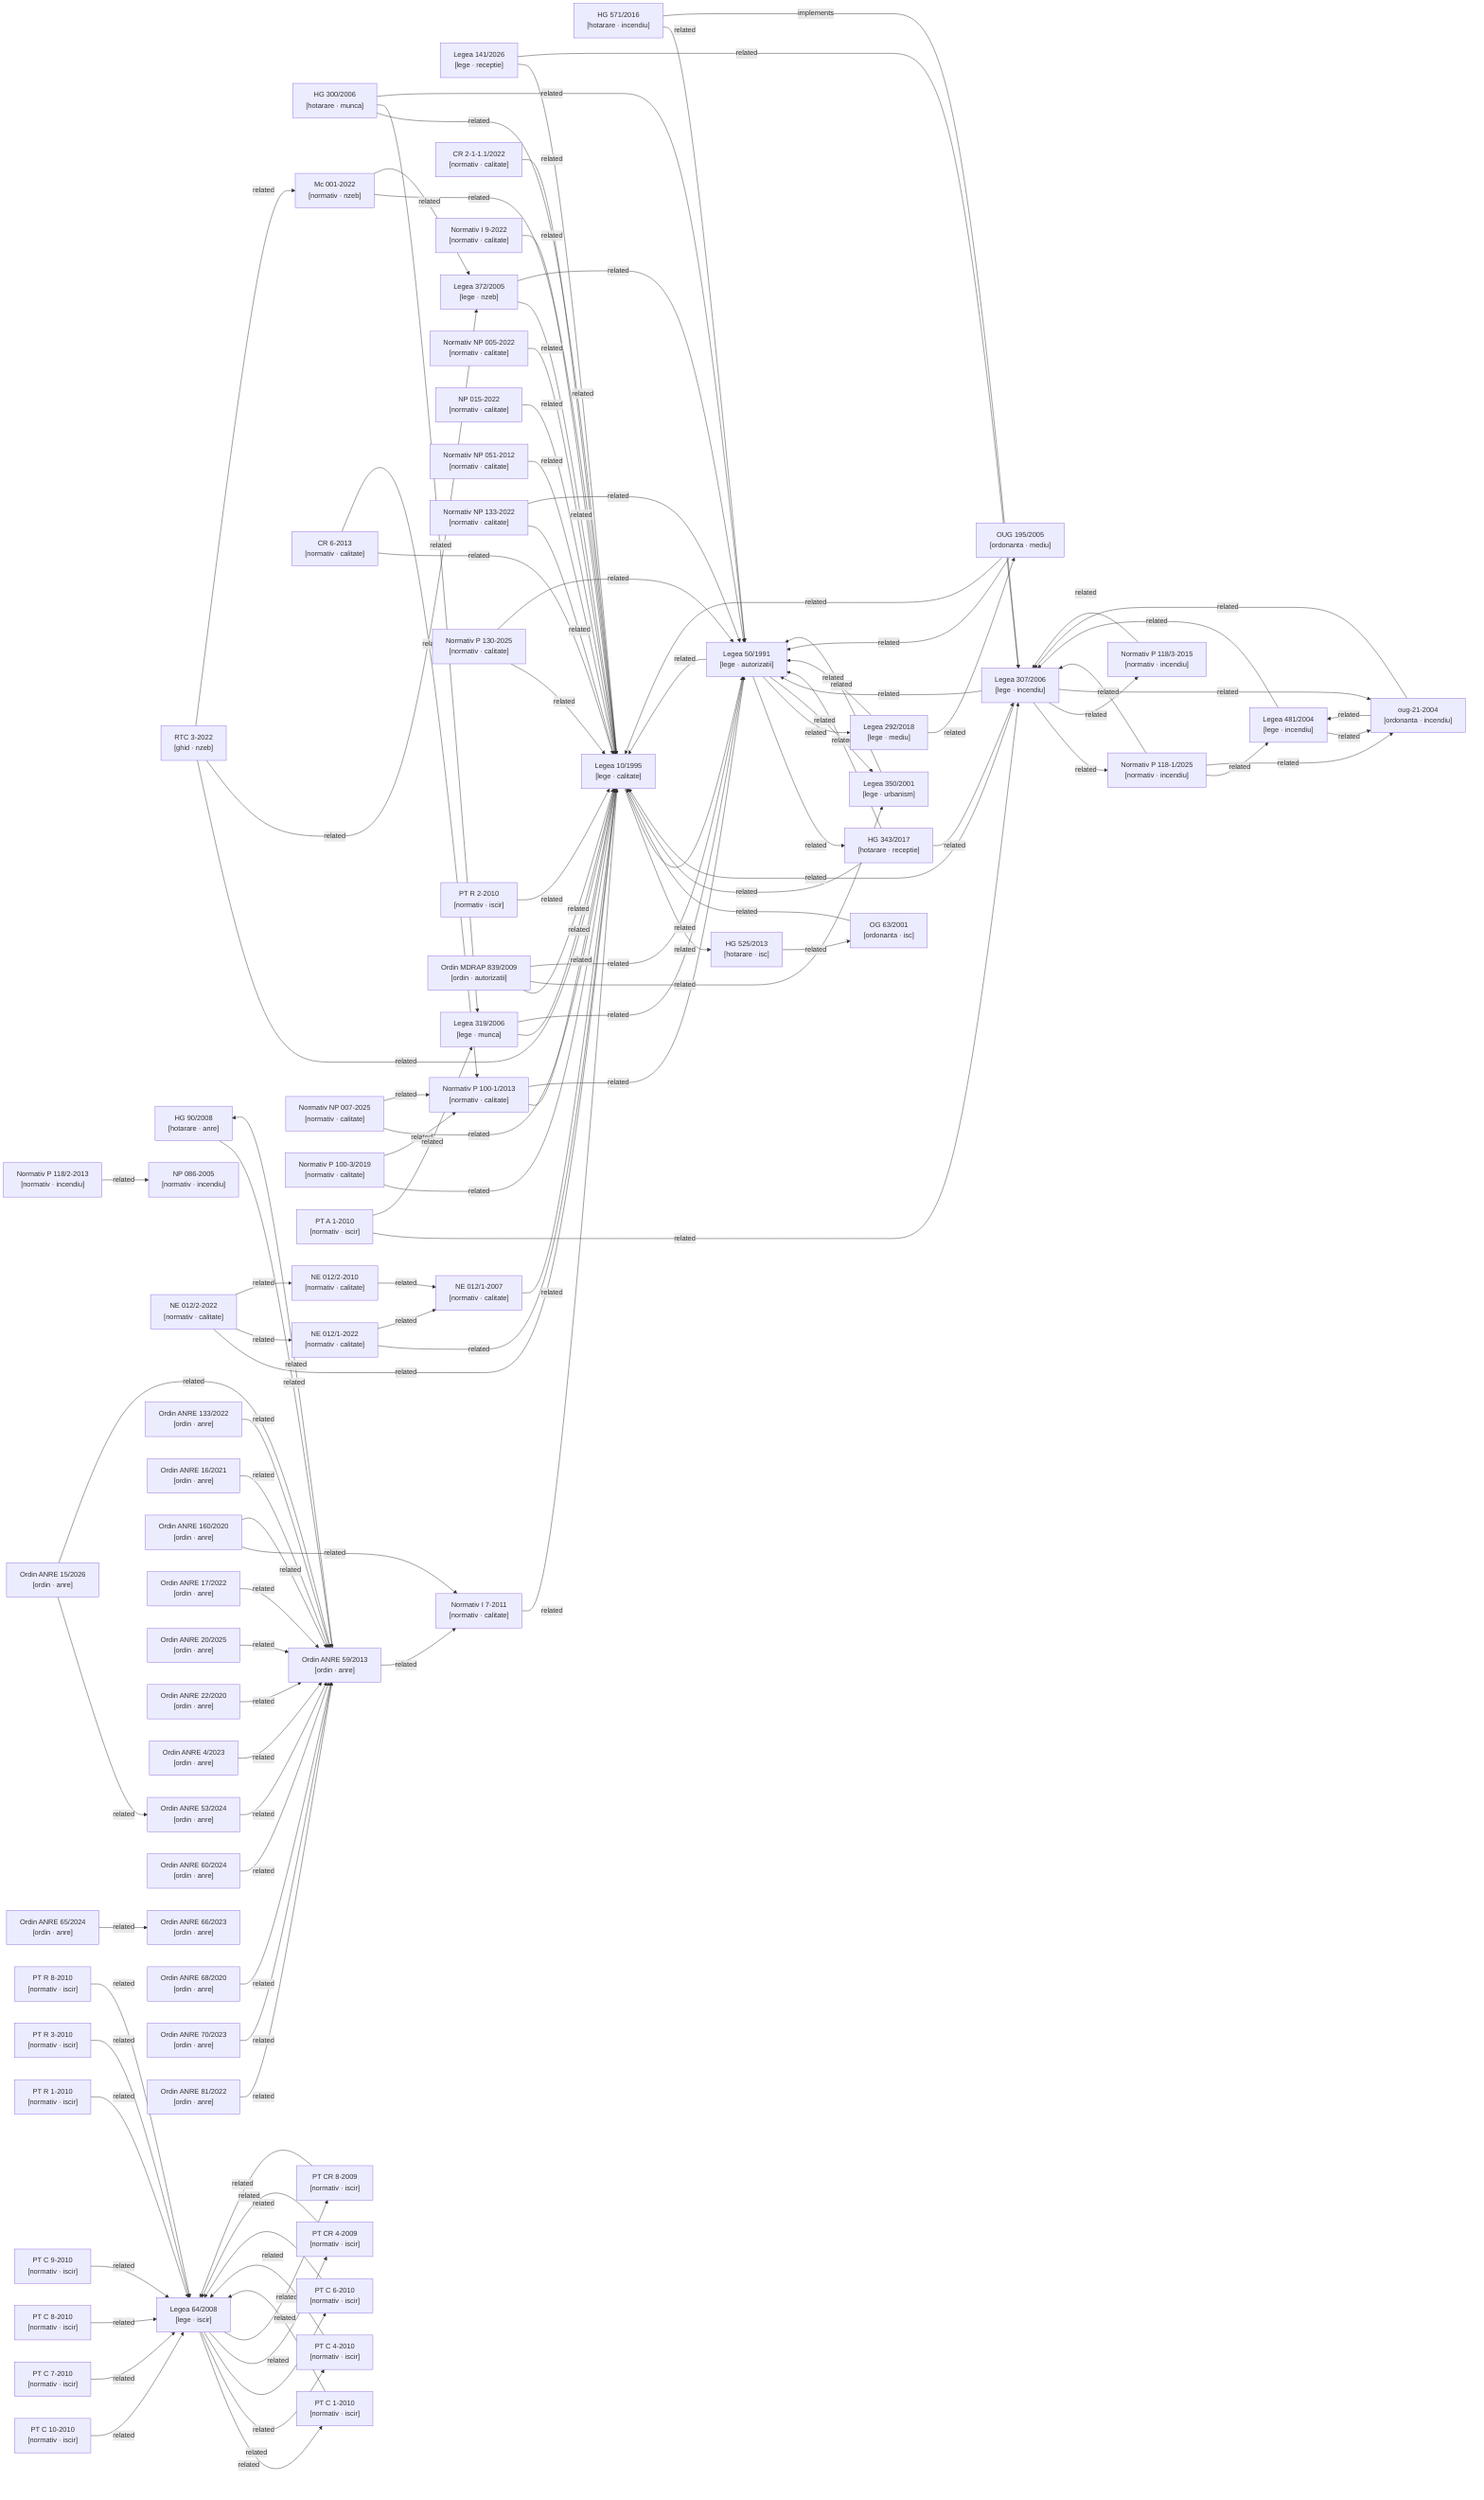
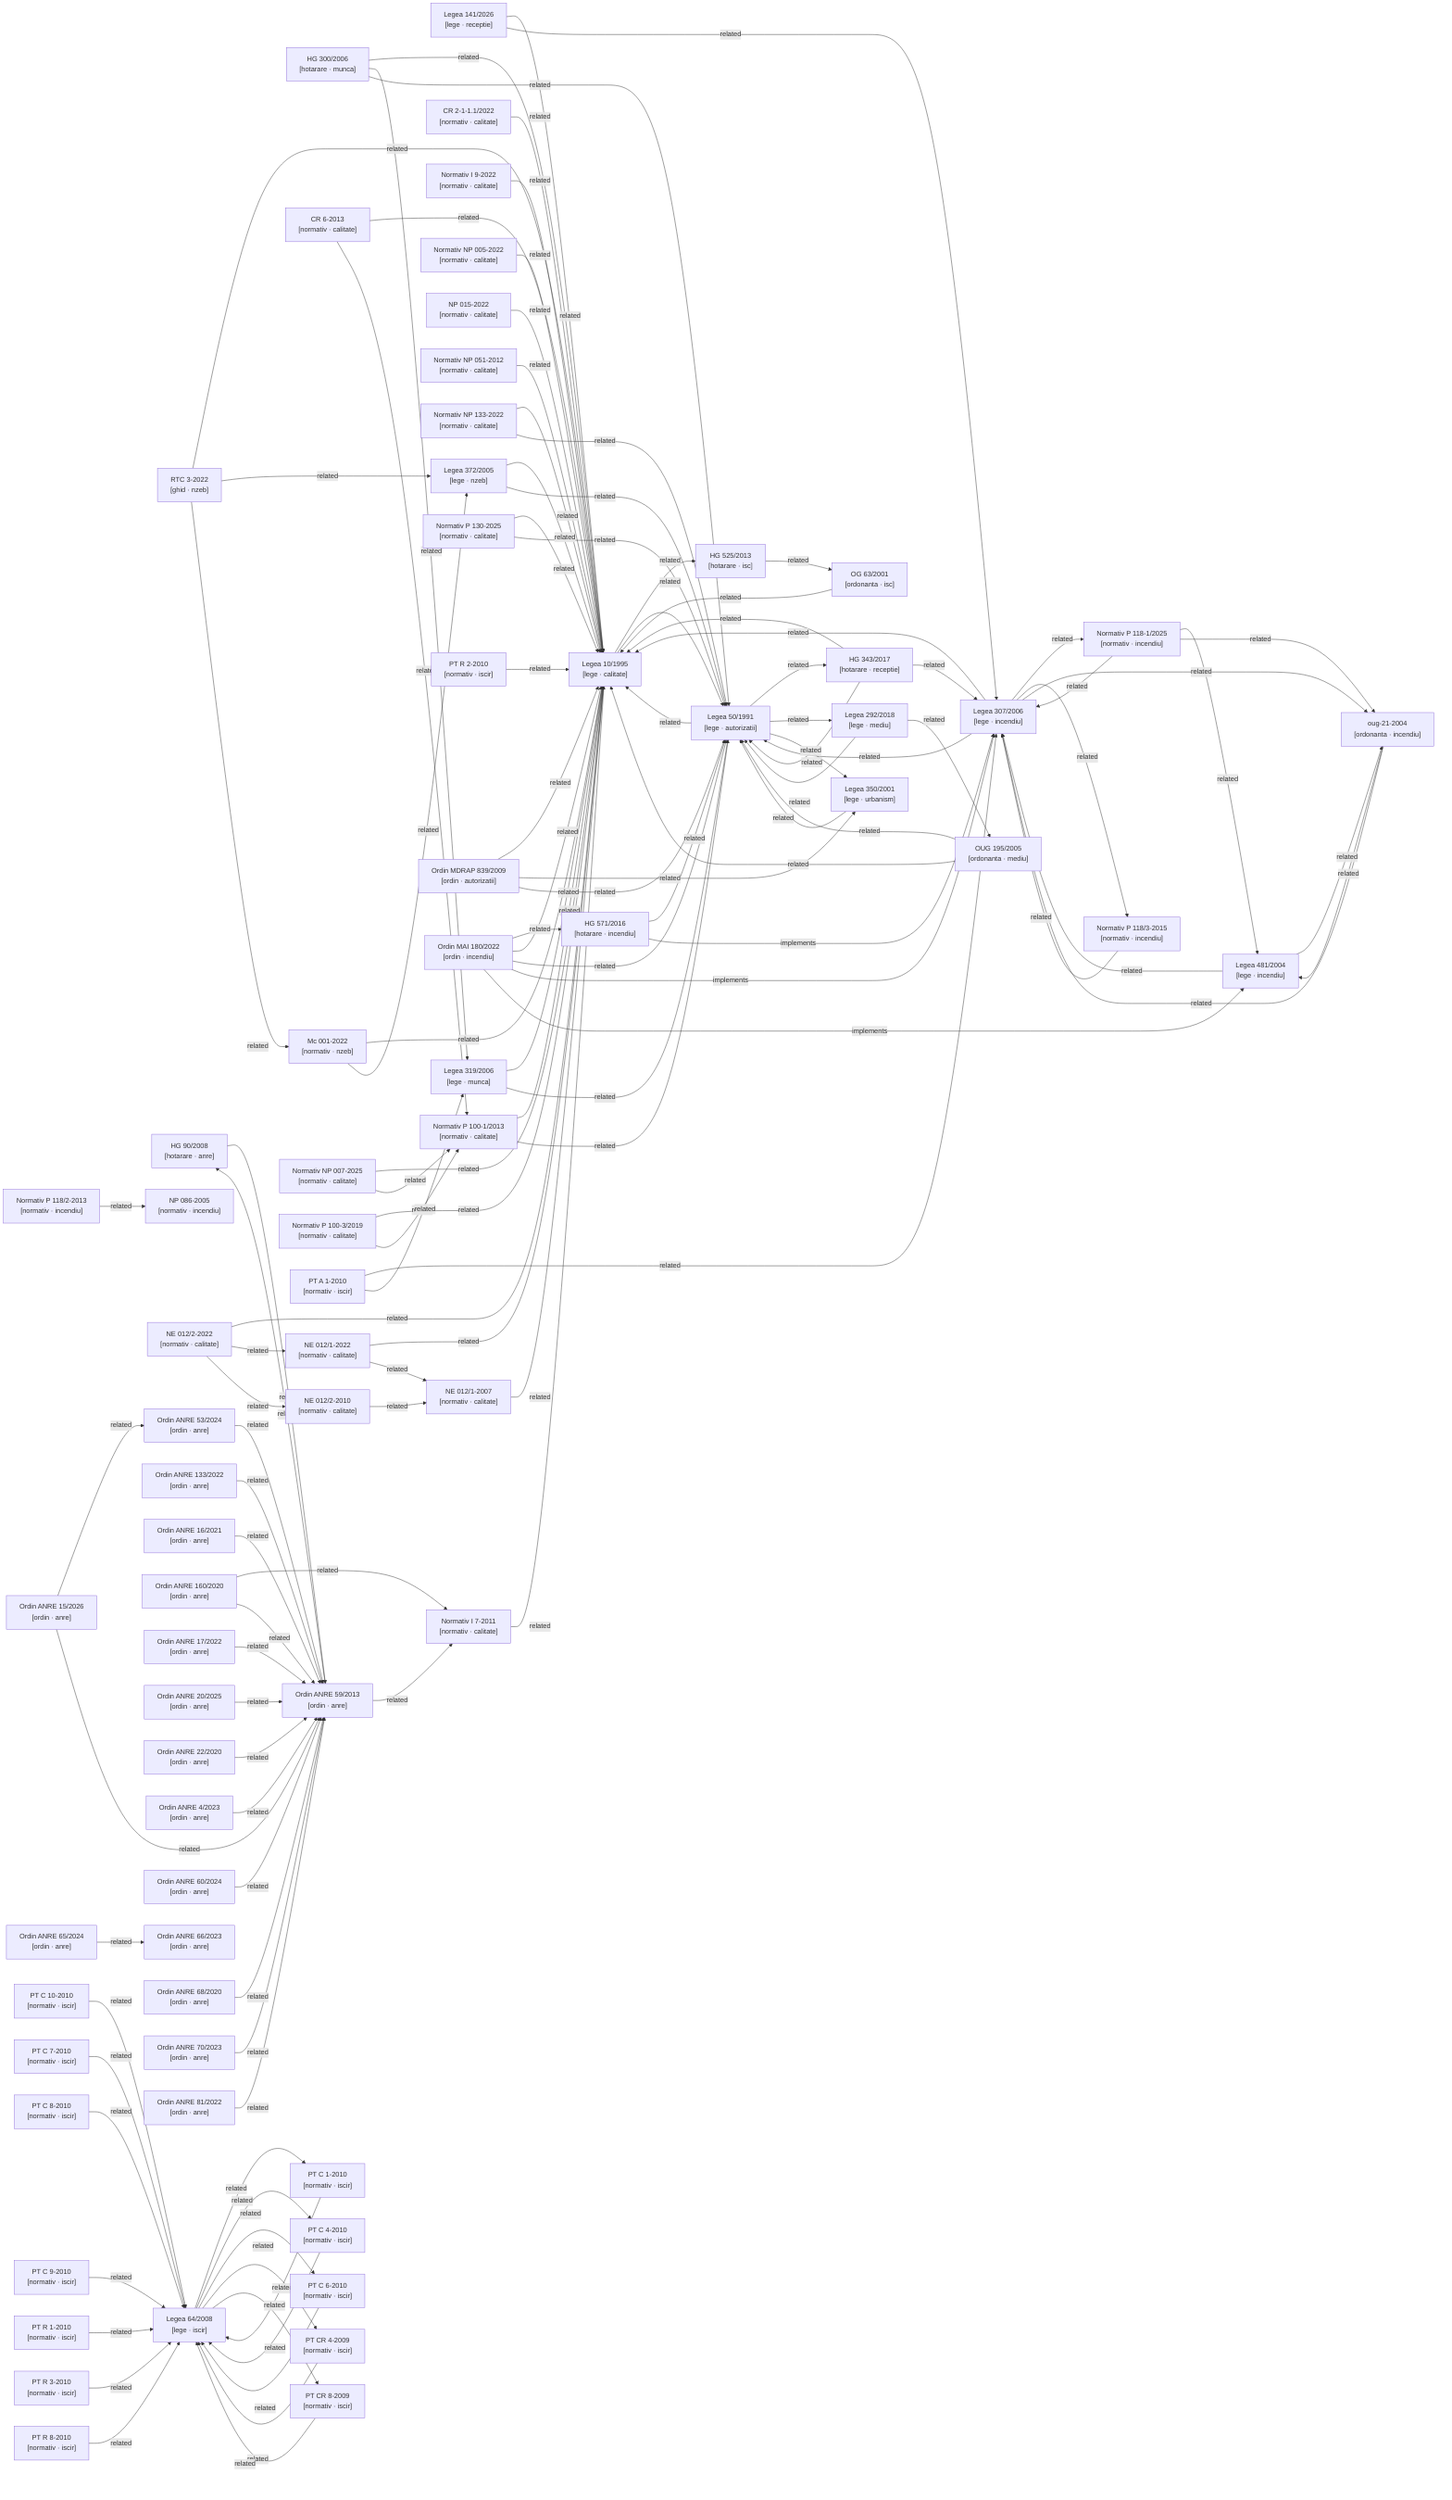
graph LR

  %% Nodes
  ghid-rtc3-2022["RTC 3-2022\n[ghid · nzeb]"]
  hg-300-2006["HG 300/2006\n[hotarare · munca]"]
  hg-343-2017["HG 343/2017\n[hotarare · receptie]"]
  hg-525-2013["HG 525/2013\n[hotarare · isc]"]
  hg-571-2016["HG 571/2016\n[hotarare · incendiu]"]
  hg-90-2008["HG 90/2008\n[hotarare · anre]"]
  lege-10-1995["Legea 10/1995\n[lege · calitate]"]
  lege-141-2026["Legea 141/2026\n[lege · receptie]"]
  lege-292-2018["Legea 292/2018\n[lege · mediu]"]
  lege-307-2006["Legea 307/2006\n[lege · incendiu]"]
  lege-319-2006["Legea 319/2006\n[lege · munca]"]
  lege-350-2001["Legea 350/2001\n[lege · urbanism]"]
  lege-372-2005["Legea 372/2005\n[lege · nzeb]"]
  lege-481-2004["Legea 481/2004\n[lege · incendiu]"]
  lege-50-1991["Legea 50/1991\n[lege · autorizatii]"]
  lege-64-2008["Legea 64/2008\n[lege · iscir]"]
  metodologie-mc001-2022["Mc 001-2022\n[normativ · nzeb]"]
  normativ-cr2-1-1-1-2022["CR 2-1-1.1/2022\n[normativ · calitate]"]
  normativ-cr6-2013["CR 6-2013\n[normativ · calitate]"]
  normativ-i7-2011["Normativ I 7-2011\n[normativ · calitate]"]
  normativ-i9-2022["Normativ I 9-2022\n[normativ · calitate]"]
  normativ-ne012-1-2007["NE 012/1-2007\n[normativ · calitate]"]
  normativ-ne012-1-2022["NE 012/1-2022\n[normativ · calitate]"]
  normativ-ne012-2-2010["NE 012/2-2010\n[normativ · calitate]"]
  normativ-ne012-2-2022["NE 012/2-2022\n[normativ · calitate]"]
  normativ-np005-2022["Normativ NP 005-2022\n[normativ · calitate]"]
  normativ-np007-2025["Normativ NP 007-2025\n[normativ · calitate]"]
  normativ-np015-2022["NP 015-2022\n[normativ · calitate]"]
  normativ-np051-2012["Normativ NP 051-2012\n[normativ · calitate]"]
  normativ-np086-2005["NP 086-2005\n[normativ · incendiu]"]
  normativ-np133-2022["Normativ NP 133-2022\n[normativ · calitate]"]
  normativ-p100-1-2013["Normativ P 100-1/2013\n[normativ · calitate]"]
  normativ-p100-3-2019["Normativ P 100-3/2019\n[normativ · calitate]"]
  normativ-p118-1-2025["Normativ P 118-1/2025\n[normativ · incendiu]"]
  normativ-p118-2-2013["Normativ P 118/2-2013\n[normativ · incendiu]"]
  normativ-p118-3-2015["Normativ P 118/3-2015\n[normativ · incendiu]"]
  normativ-p130-2025["Normativ P 130-2025\n[normativ · calitate]"]
  normativ-pt-a1-2010["PT A 1-2010\n[normativ · iscir]"]
  normativ-pt-c1-2010["PT C 1-2010\n[normativ · iscir]"]
  normativ-pt-c10-2010["PT C 10-2010\n[normativ · iscir]"]
  normativ-pt-c4-2010["PT C 4-2010\n[normativ · iscir]"]
  normativ-pt-c6-2010["PT C 6-2010\n[normativ · iscir]"]
  normativ-pt-c7-2010["PT C 7-2010\n[normativ · iscir]"]
  normativ-pt-c8-2010["PT C 8-2010\n[normativ · iscir]"]
  normativ-pt-c9-2010["PT C 9-2010\n[normativ · iscir]"]
  normativ-pt-cr4-2009["PT CR 4-2009\n[normativ · iscir]"]
  normativ-pt-cr8-2009["PT CR 8-2009\n[normativ · iscir]"]
  normativ-pt-r1-2010["PT R 1-2010\n[normativ · iscir]"]
  normativ-pt-r2-2010["PT R 2-2010\n[normativ · iscir]"]
  normativ-pt-r3-2010["PT R 3-2010\n[normativ · iscir]"]
  normativ-pt-r8-2010["PT R 8-2010\n[normativ · iscir]"]
  og-63-2001["OG 63/2001\n[ordonanta · isc]"]
  ordin-839-2009["Ordin MDRAP 839/2009\n[ordin · autorizatii]"]
  ordin-anre-133-2022["Ordin ANRE 133/2022\n[ordin · anre]"]
  ordin-anre-15-2026["Ordin ANRE 15/2026\n[ordin · anre]"]
  ordin-anre-16-2021["Ordin ANRE 16/2021\n[ordin · anre]"]
  ordin-anre-160-2020["Ordin ANRE 160/2020\n[ordin · anre]"]
  ordin-anre-17-2022["Ordin ANRE 17/2022\n[ordin · anre]"]
  ordin-anre-20-2025["Ordin ANRE 20/2025\n[ordin · anre]"]
  ordin-anre-22-2020["Ordin ANRE 22/2020\n[ordin · anre]"]
  ordin-anre-4-2023["Ordin ANRE 4/2023\n[ordin · anre]"]
  ordin-anre-53-2024["Ordin ANRE 53/2024\n[ordin · anre]"]
  ordin-anre-59-2013["Ordin ANRE 59/2013\n[ordin · anre]"]
  ordin-anre-60-2024["Ordin ANRE 60/2024\n[ordin · anre]"]
  ordin-anre-65-2024["Ordin ANRE 65/2024\n[ordin · anre]"]
  ordin-anre-66-2023["Ordin ANRE 66/2023\n[ordin · anre]"]
  ordin-anre-68-2020["Ordin ANRE 68/2020\n[ordin · anre]"]
  ordin-anre-70-2023["Ordin ANRE 70/2023\n[ordin · anre]"]
  ordin-anre-81-2022["Ordin ANRE 81/2022\n[ordin · anre]"]
+   ordin-mai-180-2022["Ordin MAI 180/2022\n[ordin · incendiu]"]
  oug-195-2005["OUG 195/2005\n[ordonanta · mediu]"]
  oug-21-2004["oug-21-2004\n[ordonanta · incendiu]"]

  %% Confirmed relationships (from metadata related_acts)
  ghid-rtc3-2022 -->|related| lege-10-1995
  ghid-rtc3-2022 -->|related| lege-372-2005
  ghid-rtc3-2022 -->|related| metodologie-mc001-2022
  hg-300-2006 -->|related| lege-10-1995
  hg-300-2006 -->|related| lege-319-2006
  hg-300-2006 -->|related| lege-50-1991
  hg-343-2017 -->|related| lege-10-1995
  hg-343-2017 -->|related| lege-307-2006
  hg-343-2017 -->|related| lege-50-1991
  hg-525-2013 -->|related| og-63-2001
  hg-571-2016 -->|related| lege-50-1991
  hg-571-2016 -->|implements| lege-307-2006
  hg-90-2008 -->|related| ordin-anre-59-2013
  lege-10-1995 -->|related| hg-525-2013
  lege-10-1995 -->|related| lege-50-1991
  lege-141-2026 -->|related| lege-10-1995
  lege-141-2026 -->|related| lege-307-2006
  lege-292-2018 -->|related| lege-50-1991
  lege-292-2018 -->|related| oug-195-2005
  lege-307-2006 -->|related| lege-10-1995
  lege-307-2006 -->|related| lege-50-1991
  lege-307-2006 -->|related| normativ-p118-1-2025
  lege-307-2006 -->|related| normativ-p118-3-2015
  lege-307-2006 -->|related| oug-21-2004
  lege-319-2006 -->|related| lege-10-1995
  lege-319-2006 -->|related| lege-50-1991
  lege-350-2001 -->|related| lege-50-1991
  lege-372-2005 -->|related| lege-10-1995
  lege-372-2005 -->|related| lege-50-1991
  lege-481-2004 -->|related| lege-307-2006
  lege-481-2004 -->|related| oug-21-2004
  lege-50-1991 -->|related| hg-343-2017
  lege-50-1991 -->|related| lege-10-1995
  lege-50-1991 -->|related| lege-292-2018
  lege-50-1991 -->|related| lege-350-2001
  lege-64-2008 -->|related| normativ-pt-c1-2010
  lege-64-2008 -->|related| normativ-pt-c4-2010
  lege-64-2008 -->|related| normativ-pt-c6-2010
  lege-64-2008 -->|related| normativ-pt-cr4-2009
  lege-64-2008 -->|related| normativ-pt-cr8-2009
  metodologie-mc001-2022 -->|related| lege-10-1995
  metodologie-mc001-2022 -->|related| lege-372-2005
  normativ-cr2-1-1-1-2022 -->|related| lege-10-1995
  normativ-cr6-2013 -->|related| lege-10-1995
  normativ-cr6-2013 -->|related| normativ-p100-1-2013
  normativ-i7-2011 -->|related| lege-10-1995
  normativ-i9-2022 -->|related| lege-10-1995
  normativ-ne012-1-2007 -->|related| lege-10-1995
  normativ-ne012-1-2022 -->|related| lege-10-1995
  normativ-ne012-1-2022 -->|related| normativ-ne012-1-2007
  normativ-ne012-2-2010 -->|related| normativ-ne012-1-2007
  normativ-ne012-2-2022 -->|related| lege-10-1995
  normativ-ne012-2-2022 -->|related| normativ-ne012-1-2022
  normativ-ne012-2-2022 -->|related| normativ-ne012-2-2010
  normativ-np005-2022 -->|related| lege-10-1995
  normativ-np007-2025 -->|related| lege-10-1995
  normativ-np007-2025 -->|related| normativ-p100-1-2013
  normativ-np015-2022 -->|related| lege-10-1995
  normativ-np051-2012 -->|related| lege-10-1995
  normativ-np133-2022 -->|related| lege-10-1995
  normativ-np133-2022 -->|related| lege-50-1991
  normativ-p100-1-2013 -->|related| lege-10-1995
  normativ-p100-1-2013 -->|related| lege-50-1991
  normativ-p100-3-2019 -->|related| lege-10-1995
  normativ-p100-3-2019 -->|related| normativ-p100-1-2013
  normativ-p118-1-2025 -->|related| lege-307-2006
  normativ-p118-1-2025 -->|related| lege-481-2004
  normativ-p118-1-2025 -->|related| oug-21-2004
  normativ-p118-2-2013 -->|related| normativ-np086-2005
  normativ-p118-3-2015 -->|related| lege-307-2006
  normativ-p130-2025 -->|related| lege-10-1995
  normativ-p130-2025 -->|related| lege-50-1991
  normativ-pt-a1-2010 -->|related| lege-307-2006
  normativ-pt-a1-2010 -->|related| lege-319-2006
  normativ-pt-c1-2010 -->|related| lege-64-2008
  normativ-pt-c10-2010 -->|related| lege-64-2008
  normativ-pt-c4-2010 -->|related| lege-64-2008
  normativ-pt-c6-2010 -->|related| lege-64-2008
  normativ-pt-c7-2010 -->|related| lege-64-2008
  normativ-pt-c8-2010 -->|related| lege-64-2008
  normativ-pt-c9-2010 -->|related| lege-64-2008
  normativ-pt-cr4-2009 -->|related| lege-64-2008
  normativ-pt-cr8-2009 -->|related| lege-64-2008
  normativ-pt-r1-2010 -->|related| lege-64-2008
  normativ-pt-r2-2010 -->|related| lege-10-1995
  normativ-pt-r3-2010 -->|related| lege-64-2008
  normativ-pt-r8-2010 -->|related| lege-64-2008
  og-63-2001 -->|related| lege-10-1995
  ordin-839-2009 -->|related| lege-10-1995
  ordin-839-2009 -->|related| lege-350-2001
  ordin-839-2009 -->|related| lege-50-1991
  ordin-anre-133-2022 -->|related| ordin-anre-59-2013
  ordin-anre-15-2026 -->|related| ordin-anre-53-2024
  ordin-anre-15-2026 -->|related| ordin-anre-59-2013
  ordin-anre-16-2021 -->|related| ordin-anre-59-2013
  ordin-anre-160-2020 -->|related| normativ-i7-2011
  ordin-anre-160-2020 -->|related| ordin-anre-59-2013
  ordin-anre-17-2022 -->|related| ordin-anre-59-2013
  ordin-anre-20-2025 -->|related| ordin-anre-59-2013
  ordin-anre-22-2020 -->|related| ordin-anre-59-2013
  ordin-anre-4-2023 -->|related| ordin-anre-59-2013
  ordin-anre-53-2024 -->|related| ordin-anre-59-2013
  ordin-anre-59-2013 -->|related| hg-90-2008
  ordin-anre-59-2013 -->|related| normativ-i7-2011
  ordin-anre-60-2024 -->|related| ordin-anre-59-2013
  ordin-anre-65-2024 -->|related| ordin-anre-66-2023
  ordin-anre-68-2020 -->|related| ordin-anre-59-2013
  ordin-anre-70-2023 -->|related| ordin-anre-59-2013
  ordin-anre-81-2022 -->|related| ordin-anre-59-2013
+   ordin-mai-180-2022 -->|related| hg-571-2016
+   ordin-mai-180-2022 -->|related| lege-10-1995
+   ordin-mai-180-2022 -->|related| lege-50-1991
+   ordin-mai-180-2022 -->|implements| lege-307-2006
+   ordin-mai-180-2022 -->|implements| lege-481-2004
  oug-195-2005 -->|related| lege-10-1995
  oug-195-2005 -->|related| lege-50-1991
  oug-21-2004 -->|related| lege-307-2006
  oug-21-2004 -->|related| lege-481-2004

  %% Auto-detected relationships (needs_review)
